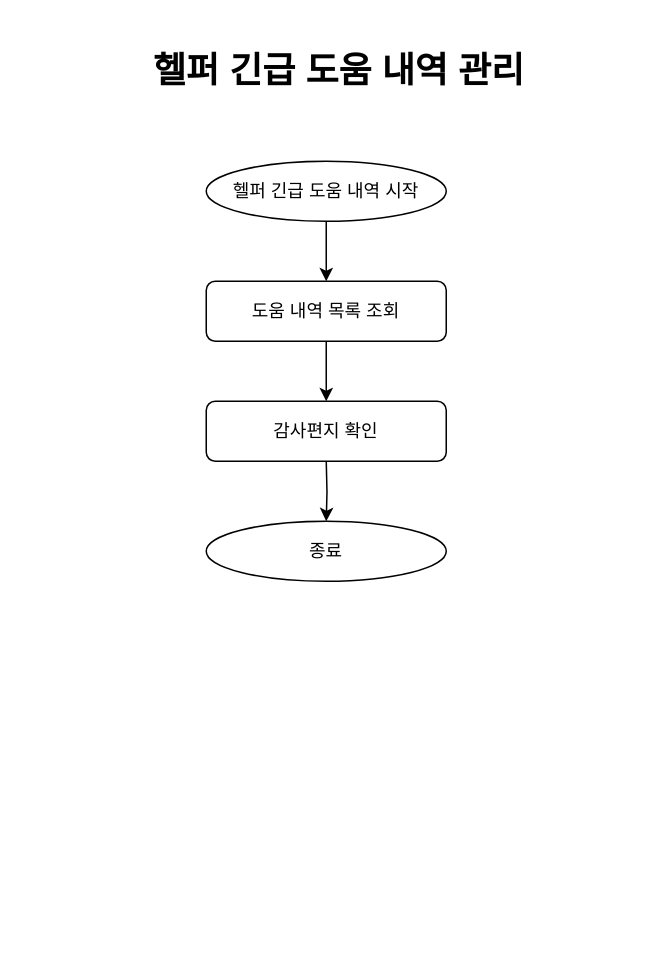
Above: page "헬퍼 긴급 도움 내역 관리" (6 of 8) of 제목 없는 다이어그램.drawio in SEO-YJ/BeExpert (draw.io), before the change. Source tidied: cells renumbered, new cells numbered last; positions are measured from the earlier drawing's top-left corner, leaving out a move shared by most shapes. Both pictures are drawn from the tidied source at 150%, with x=0, y=0 at pixel (146, 40).
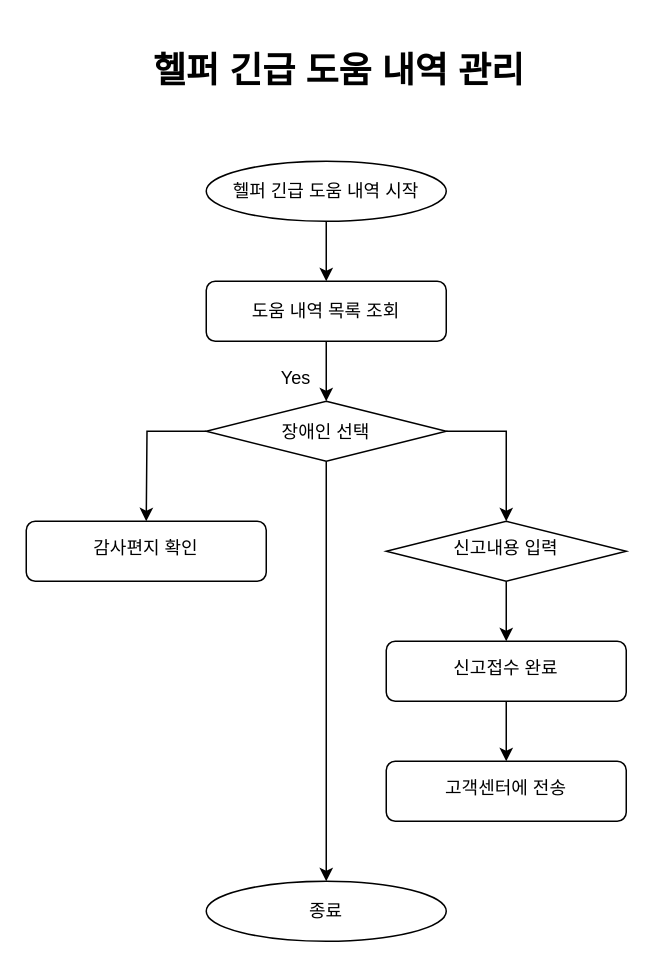
Above is the later version.

The change refers to these unchanged cells:
```xml
<mxCell id="3" value="도움 내역 목록 조회" style="rounded=1;whiteSpace=wrap;html=1;fontSize=12;glass=0;strokeWidth=1;shadow=0;" parent="1" vertex="1">
  <mxGeometry x="40" y="160" width="160" height="40" as="geometry" />
</mxCell>
<mxCell id="6" value="헬퍼 긴급 도움 내역 시작" style="ellipse;whiteSpace=wrap;html=1;" parent="1" vertex="1">
  <mxGeometry x="40" y="80" width="160" height="40" as="geometry" />
</mxCell>
```

What changed in the source:
```diff
@@
-    <mxCell id="2" style="edgeStyle=orthogonalEdgeStyle;rounded=0;jettySize=auto;html=1;fontSize=12;" parent="1" edge="1" source="3" target="9">
-      <mxGeometry relative="1" as="geometry" />
-    </mxCell>
+    <mxCell id="4" value="&lt;h1&gt;헬퍼 긴급 도움 내역 관리&lt;/h1&gt;" style="text;html=1;strokeColor=none;fillColor=none;spacing=5;spacingTop=-20;whiteSpace=wrap;overflow=hidden;rounded=0;" parent="1" vertex="1">
+      <mxGeometry width="300" height="30" as="geometry" />
+    </mxCell>
@@
-    <mxCell id="4" value="&lt;h1&gt;헬퍼 긴급 도움 내역 관리&lt;/h1&gt;" style="text;html=1;strokeColor=none;fillColor=none;spacing=5;spacingTop=-20;whiteSpace=wrap;overflow=hidden;rounded=0;" parent="1" vertex="1">
-      <mxGeometry width="300" height="30" as="geometry" />
-    </mxCell>
-    <mxCell id="5" style="edgeStyle=orthogonalEdgeStyle;rounded=0;jettySize=auto;html=1;" parent="1" edge="1" source="6">
-      <mxGeometry relative="1" as="geometry">
-        <mxPoint x="120" y="160" as="targetPoint" />
-      </mxGeometry>
-    </mxCell>
+    <mxCell id="10" style="edgeStyle=orthogonalEdgeStyle;rounded=0;jettySize=auto;html=1;" parent="1" edge="1" source="6">
+      <mxGeometry relative="1" as="geometry">
+        <mxPoint x="120" y="160" as="targetPoint" />
+      </mxGeometry>
+    </mxCell>
@@
     <mxCell id="7" value="종료" style="ellipse;whiteSpace=wrap;html=1;" parent="1" vertex="1">
-      <mxGeometry x="40" y="320" width="160" height="40" as="geometry" />
+      <mxGeometry x="40" y="560" width="160" height="40" as="geometry" />
     </mxCell>
-    <mxCell id="8" style="edgeStyle=orthogonalEdgeStyle;rounded=0;orthogonalLoop=1;jettySize=auto;html=1;fontSize=12;" parent="1" edge="1">
-      <mxGeometry relative="1" as="geometry">
-        <mxPoint x="120" y="280" as="sourcePoint" />
-        <mxPoint x="120" y="320" as="targetPoint" />
-      </mxGeometry>
-    </mxCell>
-    <mxCell id="9" value="감사편지 확인" style="whiteSpace=wrap;html=1;rounded=1;glass=0;strokeWidth=1;shadow=0;" parent="1" vertex="1">
-      <mxGeometry x="40" y="240" width="160" height="40" as="geometry" />
+    <mxCell id="9" value="감사편지 확인" style="whiteSpace=wrap;html=1;rounded=1;shadow=0;strokeWidth=1;spacing=6;spacingTop=-4;" parent="1" vertex="1">
+      <mxGeometry x="-80" y="320" width="160" height="40" as="geometry" />
     </mxCell>
+    <mxCell id="11" style="edgeStyle=orthogonalEdgeStyle;rounded=0;jettySize=auto;html=1;fontSize=12;" parent="1" edge="1" source="12">
+      <mxGeometry relative="1" as="geometry">
+        <mxPoint x="120" y="560" as="targetPoint" />
+      </mxGeometry>
+    </mxCell>
+    <mxCell id="12" value="&lt;font style=&quot;font-size: 12px;&quot;&gt;장애인 선택&lt;/font&gt;" style="rhombus;whiteSpace=wrap;html=1;fontSize=14;" parent="1" vertex="1">
+      <mxGeometry x="40" y="240" width="160" height="40" as="geometry" />
+    </mxCell>
+    <mxCell id="13" style="edgeStyle=orthogonalEdgeStyle;rounded=0;jettySize=auto;html=1;fontSize=14;" parent="1" edge="1" source="14" target="16">
+      <mxGeometry relative="1" as="geometry" />
+    </mxCell>
+    <mxCell id="14" value="신고내용 입력" style="rhombus;whiteSpace=wrap;html=1;shadow=0;fontFamily=Helvetica;fontSize=12;align=center;strokeWidth=1;spacing=6;spacingTop=-4;" parent="1" vertex="1">
+      <mxGeometry x="160" y="320" width="160" height="40" as="geometry" />
+    </mxCell>
+    <mxCell id="15" style="edgeStyle=orthogonalEdgeStyle;rounded=0;jettySize=auto;html=1;fontSize=14;" parent="1" edge="1" source="16" target="17">
+      <mxGeometry relative="1" as="geometry" />
+    </mxCell>
+    <mxCell id="16" value="신고접수 완료" style="rounded=1;whiteSpace=wrap;html=1;shadow=0;strokeWidth=1;spacing=6;spacingTop=-4;" parent="1" vertex="1">
+      <mxGeometry x="160" y="400" width="160" height="40" as="geometry" />
+    </mxCell>
+    <mxCell id="17" value="고객센터에 전송" style="whiteSpace=wrap;html=1;rounded=1;shadow=0;strokeWidth=1;spacing=6;spacingTop=-4;" parent="1" vertex="1">
+      <mxGeometry x="160" y="480" width="160" height="40" as="geometry" />
+    </mxCell>
+    <mxCell id="18" style="edgeStyle=orthogonalEdgeStyle;rounded=0;jettySize=auto;html=1;exitX=0.5;exitY=1;exitDx=0;exitDy=0;entryX=0.5;entryY=0;entryDx=0;entryDy=0;" parent="1" edge="1" source="3" target="12">
+      <mxGeometry relative="1" as="geometry" />
+    </mxCell>
+    <mxCell id="19" style="edgeStyle=orthogonalEdgeStyle;rounded=0;jettySize=auto;html=1;exitX=0;exitY=0.5;exitDx=0;exitDy=0;entryX=0.5;entryY=0;entryDx=0;entryDy=0;" parent="1" edge="1" source="12">
+      <mxGeometry relative="1" as="geometry">
+        <mxPoint y="320" as="targetPoint" />
+      </mxGeometry>
+    </mxCell>
+    <mxCell id="20" style="edgeStyle=orthogonalEdgeStyle;rounded=0;jettySize=auto;html=1;exitX=1;exitY=0.5;exitDx=0;exitDy=0;entryX=0.5;entryY=0;entryDx=0;entryDy=0;" parent="1" edge="1" source="12" target="14">
+      <mxGeometry relative="1" as="geometry" />
+    </mxCell>
+    <mxCell id="21" value="Yes" style="text;html=1;strokeColor=none;fillColor=none;align=center;verticalAlign=middle;whiteSpace=wrap;rounded=0;" parent="1" vertex="1">
+      <mxGeometry x="70" y="210" width="60" height="30" as="geometry" />
+    </mxCell>
```
